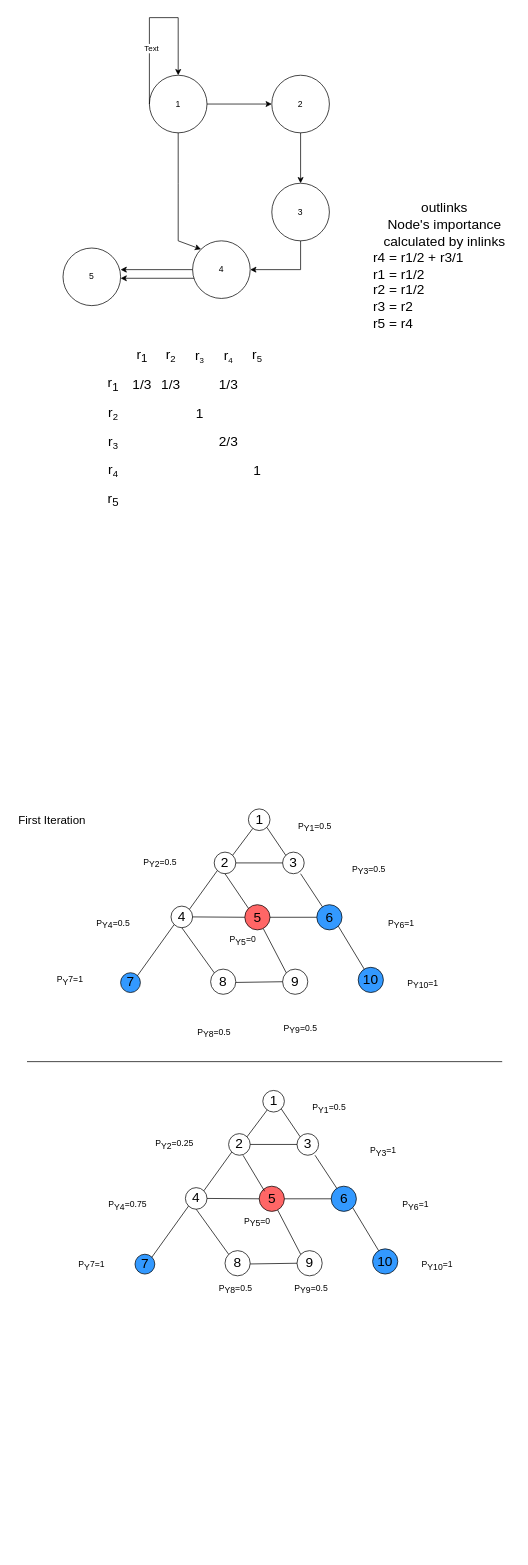
Earlier version of the draw.io diagram cs224w_hw1.drawio (rajdeepd/draw_io). Source tidied: cells renumbered, new cells numbered last; positions are measured from the earlier drawing's top-left corner, leaving out a move shared by most shapes. Both pictures are drawn from the tidied source at 72%, with x=0, y=0 at pixel (12, 17).
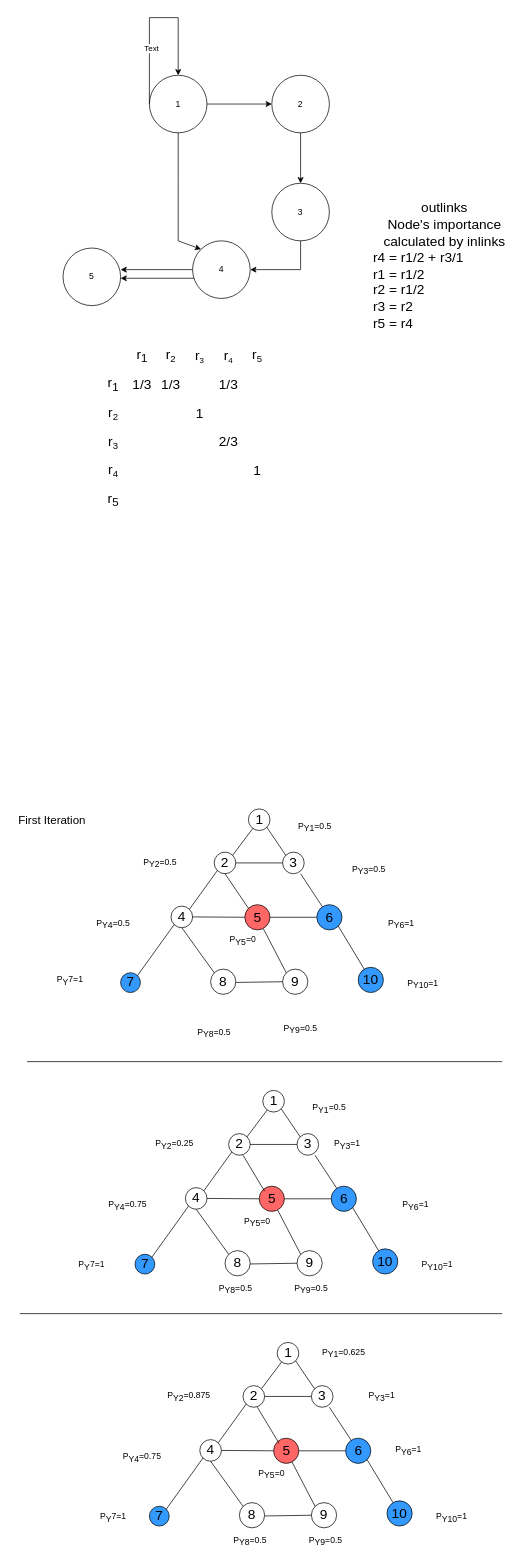
After the change.

The edit, as a diff of the source:
```diff
@@
     <mxCell id="83" value="P&lt;sub style=&quot;font-size: 12px;&quot;&gt;Y3&lt;/sub&gt;=1" style="text;html=1;strokeColor=none;fillColor=none;align=center;verticalAlign=middle;whiteSpace=wrap;rounded=0;fontSize=12;" parent="1" vertex="1">
-      <mxGeometry x="465" y="1560" width="100" height="30" as="geometry" />
+      <mxGeometry x="415" y="1550" width="100" height="30" as="geometry" />
     </mxCell>
@@
+    <mxCell id="100" value="P&lt;sub style=&quot;font-size: 12px;&quot;&gt;Y8&lt;/sub&gt;=0.5" style="text;html=1;strokeColor=none;fillColor=none;align=center;verticalAlign=middle;whiteSpace=wrap;rounded=0;fontSize=12;" parent="1" vertex="1">
+      <mxGeometry x="280" y="2101" width="100" height="30" as="geometry" />
+    </mxCell>
+    <mxCell id="101" value="P&lt;sub style=&quot;font-size: 12px;&quot;&gt;Y9&lt;/sub&gt;=0.5" style="text;html=1;strokeColor=none;fillColor=none;align=center;verticalAlign=middle;whiteSpace=wrap;rounded=0;fontSize=12;" parent="1" vertex="1">
+      <mxGeometry x="385" y="2101" width="100" height="30" as="geometry" />
+    </mxCell>
+    <mxCell id="102" value="1" style="ellipse;whiteSpace=wrap;html=1;fontSize=19;" parent="1" vertex="1">
+      <mxGeometry x="367.5" y="1840" width="30" height="30" as="geometry" />
+    </mxCell>
+    <mxCell id="103" value="2" style="ellipse;whiteSpace=wrap;html=1;fontSize=19;" parent="1" vertex="1">
+      <mxGeometry x="320" y="1900" width="30" height="30" as="geometry" />
+    </mxCell>
+    <mxCell id="104" value="3" style="ellipse;whiteSpace=wrap;html=1;fontSize=19;" parent="1" vertex="1">
+      <mxGeometry x="415" y="1900" width="30" height="30" as="geometry" />
+    </mxCell>
+    <mxCell id="105" value="5" style="ellipse;whiteSpace=wrap;html=1;fontSize=19;fillColor=#FF6666;" parent="1" vertex="1">
+      <mxGeometry x="362.5" y="1973" width="35" height="35" as="geometry" />
+    </mxCell>
+    <mxCell id="106" value="4" style="ellipse;whiteSpace=wrap;html=1;fontSize=19;" parent="1" vertex="1">
+      <mxGeometry x="260" y="1975" width="30" height="30" as="geometry" />
+    </mxCell>
+    <mxCell id="107" value="6" style="ellipse;whiteSpace=wrap;html=1;fontSize=19;fillColor=#3399FF;" parent="1" vertex="1">
+      <mxGeometry x="462.5" y="1973" width="35" height="35" as="geometry" />
+    </mxCell>
+    <mxCell id="108" value="8" style="ellipse;whiteSpace=wrap;html=1;fontSize=19;" parent="1" vertex="1">
+      <mxGeometry x="315" y="2062.5" width="35" height="35" as="geometry" />
+    </mxCell>
+    <mxCell id="109" value="7" style="ellipse;whiteSpace=wrap;html=1;fontSize=19;fillColor=#3399FF;" parent="1" vertex="1">
+      <mxGeometry x="190" y="2067.5" width="27.5" height="27.5" as="geometry" />
+    </mxCell>
+    <mxCell id="110" value="9" style="ellipse;whiteSpace=wrap;html=1;fontSize=19;" parent="1" vertex="1">
+      <mxGeometry x="415" y="2062.5" width="35" height="35" as="geometry" />
+    </mxCell>
+    <mxCell id="111" value="10" style="ellipse;whiteSpace=wrap;html=1;fontSize=19;fillColor=#3399FF;" parent="1" vertex="1">
+      <mxGeometry x="520" y="2060" width="35" height="35" as="geometry" />
+    </mxCell>
+    <mxCell id="112" value="P&lt;sub style=&quot;font-size: 12px;&quot;&gt;Y6&lt;/sub&gt;=1" style="text;html=1;strokeColor=none;fillColor=none;align=center;verticalAlign=middle;whiteSpace=wrap;rounded=0;fontSize=12;" parent="1" vertex="1">
+      <mxGeometry x="500" y="1975" width="100" height="30" as="geometry" />
+    </mxCell>
+    <mxCell id="113" value="P&lt;sub style=&quot;font-size: 12px;&quot;&gt;Y10&lt;/sub&gt;=1" style="text;html=1;strokeColor=none;fillColor=none;align=center;verticalAlign=middle;whiteSpace=wrap;rounded=0;fontSize=12;" parent="1" vertex="1">
+      <mxGeometry x="560" y="2067.5" width="100" height="30" as="geometry" />
+    </mxCell>
+    <mxCell id="114" value="P&lt;sub style=&quot;font-size: 12px;&quot;&gt;Y5&lt;/sub&gt;=0" style="text;html=1;strokeColor=none;fillColor=none;align=center;verticalAlign=middle;whiteSpace=wrap;rounded=0;fontSize=12;" parent="1" vertex="1">
+      <mxGeometry x="310" y="2008" width="100" height="30" as="geometry" />
+    </mxCell>
+    <mxCell id="115" value="P&lt;sub style=&quot;font-size: 12px;&quot;&gt;Y1&lt;/sub&gt;=0.625" style="text;html=1;strokeColor=none;fillColor=none;align=center;verticalAlign=middle;whiteSpace=wrap;rounded=0;fontSize=12;" parent="1" vertex="1">
+      <mxGeometry x="410" y="1840" width="100" height="30" as="geometry" />
+    </mxCell>
+    <mxCell id="116" value="P&lt;sub style=&quot;font-size: 12px;&quot;&gt;Y3&lt;/sub&gt;=1" style="text;html=1;strokeColor=none;fillColor=none;align=center;verticalAlign=middle;whiteSpace=wrap;rounded=0;fontSize=12;" parent="1" vertex="1">
+      <mxGeometry x="462.5" y="1900" width="100" height="30" as="geometry" />
+    </mxCell>
+    <mxCell id="117" value="P&lt;sub style=&quot;font-size: 12px;&quot;&gt;Y2&lt;/sub&gt;=0.875" style="text;html=1;strokeColor=none;fillColor=none;align=center;verticalAlign=middle;whiteSpace=wrap;rounded=0;fontSize=12;" parent="1" vertex="1">
+      <mxGeometry x="195" y="1900" width="100" height="30" as="geometry" />
+    </mxCell>
+    <mxCell id="118" value="P&lt;sub style=&quot;font-size: 12px;&quot;&gt;Y4&lt;/sub&gt;=0.75" style="text;html=1;strokeColor=none;fillColor=none;align=center;verticalAlign=middle;whiteSpace=wrap;rounded=0;fontSize=12;" parent="1" vertex="1">
+      <mxGeometry x="130" y="1985" width="100" height="30" as="geometry" />
+    </mxCell>
+    <mxCell id="119" style="endArrow=none;html=1;rounded=0;fontSize=19;exitX=1;exitY=0;exitDx=0;exitDy=0;" parent="1" edge="1" source="103" target="102">
+      <mxGeometry relative="1" as="geometry" />
+    </mxCell>
+    <mxCell id="120" style="endArrow=none;html=1;rounded=0;fontSize=19;entryX=0;entryY=1;entryDx=0;entryDy=0;exitX=1;exitY=0;exitDx=0;exitDy=0;" parent="1" edge="1" source="109" target="106">
+      <mxGeometry relative="1" as="geometry" />
+    </mxCell>
+    <mxCell id="121" style="endArrow=none;html=1;rounded=0;fontSize=19;exitX=1;exitY=0;exitDx=0;exitDy=0;entryX=0;entryY=1;entryDx=0;entryDy=0;" parent="1" edge="1" source="106" target="103">
+      <mxGeometry relative="1" as="geometry" />
+    </mxCell>
+    <mxCell id="122" style="endArrow=none;html=1;rounded=0;fontSize=12;entryX=1;entryY=1;entryDx=0;entryDy=0;exitX=0;exitY=0;exitDx=0;exitDy=0;" parent="1" edge="1" source="104" target="102">
+      <mxGeometry relative="1" as="geometry" />
+    </mxCell>
+    <mxCell id="123" style="endArrow=none;html=1;rounded=0;fontSize=12;" parent="1" edge="1" source="107">
+      <mxGeometry relative="1" as="geometry">
+        <mxPoint x="440" y="1930" as="targetPoint" />
+      </mxGeometry>
+    </mxCell>
+    <mxCell id="124" style="endArrow=none;html=1;rounded=0;fontSize=12;entryX=1;entryY=1;entryDx=0;entryDy=0;" parent="1" edge="1" source="111" target="107">
+      <mxGeometry relative="1" as="geometry" />
+    </mxCell>
+    <mxCell id="125" style="endArrow=none;html=1;rounded=0;fontSize=12;entryX=0;entryY=0.5;entryDx=0;entryDy=0;" parent="1" edge="1" target="110">
+      <mxGeometry relative="1" as="geometry">
+        <mxPoint x="350" y="2081" as="sourcePoint" />
+      </mxGeometry>
+    </mxCell>
+    <mxCell id="126" style="endArrow=none;html=1;rounded=0;fontSize=12;exitX=0;exitY=0;exitDx=0;exitDy=0;entryX=0.5;entryY=1;entryDx=0;entryDy=0;" parent="1" edge="1" source="108" target="106">
+      <mxGeometry relative="1" as="geometry" />
+    </mxCell>
+    <mxCell id="127" style="endArrow=none;html=1;rounded=0;fontSize=12;exitX=0;exitY=0;exitDx=0;exitDy=0;" parent="1" edge="1" source="110" target="105">
+      <mxGeometry relative="1" as="geometry" />
+    </mxCell>
+    <mxCell id="128" style="endArrow=none;html=1;rounded=0;fontSize=12;entryX=0;entryY=0.5;entryDx=0;entryDy=0;exitX=1;exitY=0.5;exitDx=0;exitDy=0;" parent="1" edge="1" source="106" target="105">
+      <mxGeometry relative="1" as="geometry" />
+    </mxCell>
+    <mxCell id="129" style="endArrow=none;html=1;rounded=0;fontSize=12;exitX=1;exitY=0.5;exitDx=0;exitDy=0;entryX=0;entryY=0.5;entryDx=0;entryDy=0;" parent="1" edge="1" source="105" target="107">
+      <mxGeometry relative="1" as="geometry" />
+    </mxCell>
+    <mxCell id="130" style="endArrow=none;html=1;rounded=0;fontSize=12;exitX=1;exitY=0.5;exitDx=0;exitDy=0;entryX=0;entryY=0.5;entryDx=0;entryDy=0;" parent="1" edge="1" source="103" target="104">
+      <mxGeometry relative="1" as="geometry" />
+    </mxCell>
+    <mxCell id="131" style="endArrow=none;html=1;rounded=0;fontSize=16;" parent="1" edge="1">
+      <mxGeometry relative="1" as="geometry">
+        <mxPoint x="370" y="1980" as="sourcePoint" />
+        <mxPoint x="340" y="1930" as="targetPoint" />
+      </mxGeometry>
+    </mxCell>
+    <mxCell id="132" value="P&lt;sub style=&quot;font-size: 12px;&quot;&gt;Y&lt;/sub&gt;7=1" style="text;html=1;strokeColor=none;fillColor=none;align=center;verticalAlign=middle;whiteSpace=wrap;rounded=0;fontSize=12;" parent="1" vertex="1">
+      <mxGeometry x="90" y="2067.5" width="100" height="30" as="geometry" />
+    </mxCell>
+    <mxCell id="133" style="endArrow=none;html=1;rounded=0;fontSize=19;" parent="1" edge="1">
+      <mxGeometry relative="1" as="geometry">
+        <mxPoint x="10" y="1800" as="sourcePoint" />
+        <mxPoint x="680" y="1800" as="targetPoint" />
+      </mxGeometry>
+    </mxCell>
```
